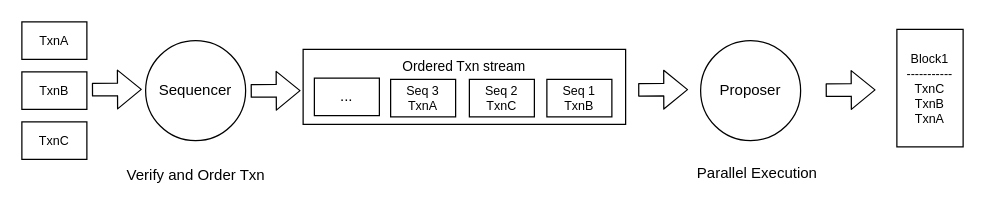
Before: page "txn-pipeline" (17 of 20) of static/diagram/rooch.drawio in rooch-network/rooch-network.github.io, a draw.io diagram. Source tidied: cells renumbered, new cells numbered last; positions are measured from the earlier drawing's top-left corner, leaving out a move shared by most shapes. Both pictures are drawn from the tidied source at 125%, with x=0, y=0 at pixel (21, 21).
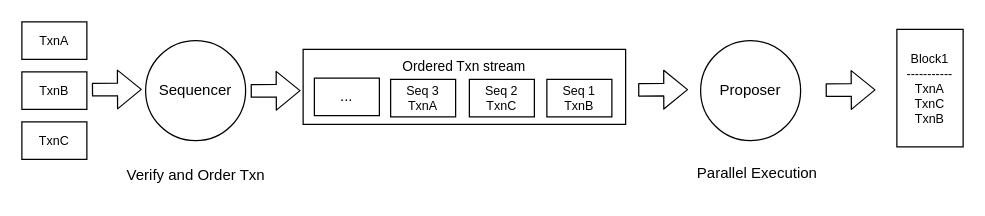
Above is the later version.

Diff of the diagram source:
```diff
@@
-    <mxCell id="15" value="Block1&lt;br style=&quot;font-size: 10px;&quot;&gt;-----------&lt;br style=&quot;font-size: 10px;&quot;&gt;TxnC&lt;br style=&quot;font-size: 10px;&quot;&gt;TxnB&lt;br style=&quot;font-size: 10px;&quot;&gt;TxnA" style="rounded=0;whiteSpace=wrap;html=1;fontSize=10;fillColor=none;" parent="1" vertex="1">
+    <mxCell id="15" value="Block1&lt;br style=&quot;font-size: 10px;&quot;&gt;-----------&lt;br style=&quot;font-size: 10px;&quot;&gt;TxnA&lt;br style=&quot;font-size: 10px;&quot;&gt;TxnC&lt;br style=&quot;font-size: 10px;&quot;&gt;TxnB" style="rounded=0;whiteSpace=wrap;html=1;fontSize=10;fillColor=none;" parent="1" vertex="1">
       <mxGeometry x="700" y="6" width="53" height="94" as="geometry" />
     </mxCell>
```
